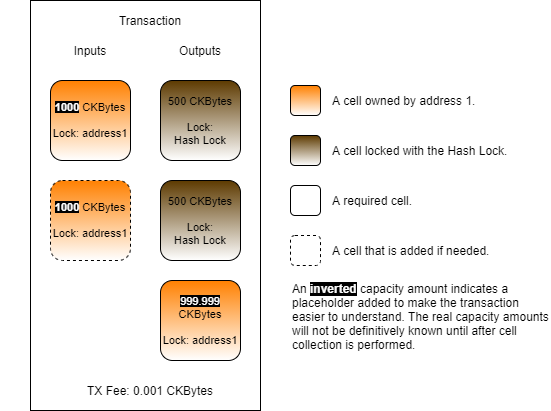
Earlier version of the draw.io export .gitbook/assets/create-transaction-structure (1).png (jordanmack/developer-training-course-documentation). Source tidied: cells renumbered, new cells last; positions are measured from the earlier drawing's top-left corner, leaving out a move shared by most shapes.
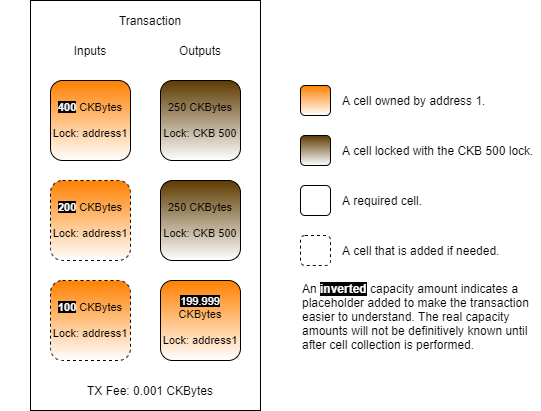
Later version of the same file.

Diff of the diagram source:
```diff
@@ -3,61 +3,64 @@
     <mxCell id="0" />
     <mxCell id="1" parent="0" />
     <mxCell id="2" style="rounded=0;whiteSpace=wrap;html=1;" parent="1" vertex="1">
-      <mxGeometry x="30" width="230" height="410" as="geometry" />
+      <mxGeometry x="140" width="230" height="410" as="geometry" />
     </mxCell>
     <mxCell id="3" value="Transaction" style="text;html=1;strokeColor=none;fillColor=none;align=center;verticalAlign=middle;whiteSpace=wrap;rounded=0;" parent="1" vertex="1">
-      <mxGeometry y="10" width="300" height="20" as="geometry" />
+      <mxGeometry x="110" y="10" width="300" height="20" as="geometry" />
     </mxCell>
     <mxCell id="4" value="Inputs" style="text;html=1;strokeColor=none;fillColor=none;align=center;verticalAlign=middle;whiteSpace=wrap;rounded=0;" parent="1" vertex="1">
-      <mxGeometry x="55" y="40" width="70" height="20" as="geometry" />
+      <mxGeometry x="165" y="40" width="70" height="20" as="geometry" />
     </mxCell>
     <mxCell id="5" value="Outputs" style="text;html=1;strokeColor=none;fillColor=none;align=center;verticalAlign=middle;whiteSpace=wrap;rounded=0;" parent="1" vertex="1">
-      <mxGeometry x="165" y="40" width="70" height="20" as="geometry" />
+      <mxGeometry x="275" y="40" width="70" height="20" as="geometry" />
     </mxCell>
     <mxCell id="6" value="TX Fee: 0.001 CKBytes" style="text;html=1;strokeColor=none;fillColor=none;align=center;verticalAlign=middle;whiteSpace=wrap;rounded=0;" parent="1" vertex="1">
-      <mxGeometry x="50" y="380" width="200" height="20" as="geometry" />
+      <mxGeometry x="160" y="380" width="200" height="20" as="geometry" />
     </mxCell>
-    <mxCell id="7" value="500 CKBytes&lt;br&gt;&lt;br&gt;Lock:&lt;br&gt;Hash Lock" style="rounded=1;whiteSpace=wrap;html=1;fontSize=11;gradientColor=#ffffff;fillColor=#5D3A00;" parent="1" vertex="1">
-      <mxGeometry x="160" y="80" width="80" height="80" as="geometry" />
+    <mxCell id="7" value="250 CKBytes&lt;br&gt;&lt;br&gt;Lock: CKB 500" style="rounded=1;whiteSpace=wrap;html=1;fontSize=11;gradientColor=#ffffff;fillColor=#5D3A00;" parent="1" vertex="1">
+      <mxGeometry x="270" y="80" width="80" height="80" as="geometry" />
     </mxCell>
-    <mxCell id="8" value="&lt;b&gt;&lt;font style=&quot;background-color: rgb(0 , 0 , 0)&quot; color=&quot;#ffffff&quot;&gt;1000&lt;/font&gt;&lt;/b&gt;&amp;nbsp;CKBytes&lt;br&gt;&lt;br&gt;Lock: address1" style="rounded=1;whiteSpace=wrap;html=1;fontSize=11;gradientColor=#ffffff;fillColor=#FF8000;" parent="1" vertex="1">
-      <mxGeometry x="50" y="80" width="80" height="80" as="geometry" />
+    <mxCell id="8" value="&lt;b&gt;&lt;font style=&quot;background-color: rgb(0 , 0 , 0)&quot; color=&quot;#ffffff&quot;&gt;400&lt;/font&gt;&lt;/b&gt;&amp;nbsp;CKBytes&lt;br&gt;&lt;br&gt;Lock: address1" style="rounded=1;whiteSpace=wrap;html=1;fontSize=11;gradientColor=#ffffff;fillColor=#FF8000;" parent="1" vertex="1">
+      <mxGeometry x="160" y="80" width="80" height="80" as="geometry" />
     </mxCell>
+    <mxCell id="21" value="250 CKBytes&lt;br&gt;&lt;br&gt;Lock: CKB 500" style="rounded=1;whiteSpace=wrap;html=1;fontSize=11;gradientColor=#ffffff;fillColor=#5D3A00;" parent="1" vertex="1">
+      <mxGeometry x="270" y="180" width="80" height="80" as="geometry" />
+    </mxCell>
-    <mxCell id="9" value="&lt;font color=&quot;#ffffff&quot; style=&quot;background-color: rgb(0 , 0 , 0)&quot;&gt;999.999&lt;/font&gt; CKBytes&lt;br&gt;&lt;br&gt;Lock: address1" style="rounded=1;whiteSpace=wrap;html=1;fontSize=11;gradientColor=#ffffff;fillColor=#FF8000;" parent="1" vertex="1">
-      <mxGeometry x="160" y="280" width="80" height="80" as="geometry" />
+    <mxCell id="9" value="&lt;font color=&quot;#ffffff&quot; style=&quot;background-color: rgb(0 , 0 , 0)&quot;&gt;199.999&lt;/font&gt; CKBytes&lt;br&gt;&lt;br&gt;Lock: address1" style="rounded=1;whiteSpace=wrap;html=1;fontSize=11;gradientColor=#ffffff;fillColor=#FF8000;" parent="1" vertex="1">
+      <mxGeometry x="270" y="280" width="80" height="80" as="geometry" />
     </mxCell>
     <mxCell id="10" style="rounded=1;whiteSpace=wrap;html=1;gradientColor=#ffffff;fillColor=#5D3A00;" parent="1" vertex="1">
-      <mxGeometry x="290" y="135" width="30" height="30" as="geometry" />
+      <mxGeometry x="410" y="135" width="30" height="30" as="geometry" />
     </mxCell>
     <mxCell id="11" style="rounded=1;whiteSpace=wrap;html=1;gradientColor=#ffffff;fillColor=#FF8000;" parent="1" vertex="1">
-      <mxGeometry x="290" y="85" width="30" height="30" as="geometry" />
+      <mxGeometry x="410" y="85" width="30" height="30" as="geometry" />
     </mxCell>
     <mxCell id="12" style="rounded=1;whiteSpace=wrap;html=1;gradientColor=#ffffff;fillColor=none;" parent="1" vertex="1">
-      <mxGeometry x="290" y="185" width="30" height="30" as="geometry" />
+      <mxGeometry x="410" y="185" width="30" height="30" as="geometry" />
     </mxCell>
     <mxCell id="13" style="rounded=1;whiteSpace=wrap;html=1;gradientColor=#ffffff;fillColor=none;dashed=1;" parent="1" vertex="1">
-      <mxGeometry x="290" y="235" width="30" height="30" as="geometry" />
+      <mxGeometry x="410" y="235" width="30" height="30" as="geometry" />
     </mxCell>
     <mxCell id="14" value="A cell owned by address 1." style="text;html=1;strokeColor=none;fillColor=none;align=left;verticalAlign=middle;whiteSpace=wrap;rounded=0;dashed=1;" parent="1" vertex="1">
-      <mxGeometry x="330" y="90" width="220" height="20" as="geometry" />
+      <mxGeometry x="450" y="90" width="200" height="20" as="geometry" />
     </mxCell>
-    <mxCell id="15" value="A cell locked with the Hash Lock." style="text;html=1;strokeColor=none;fillColor=none;align=left;verticalAlign=middle;whiteSpace=wrap;rounded=0;dashed=1;" parent="1" vertex="1">
-      <mxGeometry x="330" y="140" width="220" height="20" as="geometry" />
+    <mxCell id="15" value="A cell locked with the CKB 500 lock." style="text;html=1;strokeColor=none;fillColor=none;align=left;verticalAlign=middle;whiteSpace=wrap;rounded=0;dashed=1;" parent="1" vertex="1">
+      <mxGeometry x="450" y="140" width="200" height="20" as="geometry" />
     </mxCell>
     <mxCell id="16" value="A required cell." style="text;html=1;strokeColor=none;fillColor=none;align=left;verticalAlign=middle;whiteSpace=wrap;rounded=0;dashed=1;" parent="1" vertex="1">
-      <mxGeometry x="330" y="190" width="220" height="20" as="geometry" />
+      <mxGeometry x="450" y="190" width="200" height="20" as="geometry" />
     </mxCell>
     <mxCell id="17" value="A cell that is added if needed." style="text;html=1;strokeColor=none;fillColor=none;align=left;verticalAlign=middle;whiteSpace=wrap;rounded=0;dashed=1;" parent="1" vertex="1">
-      <mxGeometry x="330" y="240" width="220" height="20" as="geometry" />
+      <mxGeometry x="450" y="240" width="200" height="20" as="geometry" />
     </mxCell>
     <mxCell id="18" value="An&amp;nbsp;&lt;b&gt;&lt;font color=&quot;#ffffff&quot; style=&quot;background-color: rgb(0 , 0 , 0)&quot;&gt;inverted&lt;/font&gt;&lt;font color=&quot;#7f00ff&quot;&gt;&amp;nbsp;&lt;/font&gt;&lt;/b&gt;capacity amount indicates a placeholder added to make the transaction easier to understand. The real capacity amounts will not be definitively known until after cell collection is performed." style="text;html=1;strokeColor=none;fillColor=none;align=left;verticalAlign=top;whiteSpace=wrap;rounded=0;dashed=1;" parent="1" vertex="1">
-      <mxGeometry x="290" y="275" width="260" height="80" as="geometry" />
+      <mxGeometry x="410" y="275" width="240" height="80" as="geometry" />
     </mxCell>
-    <mxCell id="19" value="&lt;b&gt;&lt;font style=&quot;background-color: rgb(0 , 0 , 0)&quot; color=&quot;#ffffff&quot;&gt;1000&lt;/font&gt;&lt;/b&gt;&amp;nbsp;CKBytes&lt;br&gt;&lt;br&gt;Lock: address1" style="rounded=1;whiteSpace=wrap;html=1;fontSize=11;gradientColor=#ffffff;fillColor=#FF8000;dashed=1;" parent="1" vertex="1">
-      <mxGeometry x="50" y="180" width="80" height="80" as="geometry" />
+    <mxCell id="19" value="&lt;b&gt;&lt;font style=&quot;background-color: rgb(0 , 0 , 0)&quot; color=&quot;#ffffff&quot;&gt;200&lt;/font&gt;&lt;/b&gt;&amp;nbsp;CKBytes&lt;br&gt;&lt;br&gt;Lock: address1" style="rounded=1;whiteSpace=wrap;html=1;fontSize=11;gradientColor=#ffffff;fillColor=#FF8000;dashed=1;" parent="1" vertex="1">
+      <mxGeometry x="160" y="180" width="80" height="80" as="geometry" />
     </mxCell>
-    <mxCell id="20" value="500 CKBytes&lt;br&gt;&lt;br&gt;Lock:&lt;br&gt;Hash Lock" style="rounded=1;whiteSpace=wrap;html=1;fontSize=11;gradientColor=#ffffff;fillColor=#5D3A00;" parent="1" vertex="1">
-      <mxGeometry x="160" y="180" width="80" height="80" as="geometry" />
-    </mxCell>
+    <mxCell id="22" value="&lt;b&gt;&lt;font style=&quot;background-color: rgb(0 , 0 , 0)&quot; color=&quot;#ffffff&quot;&gt;100&lt;/font&gt;&lt;/b&gt;&amp;nbsp;CKBytes&lt;br&gt;&lt;br&gt;Lock: address1" style="rounded=1;whiteSpace=wrap;html=1;fontSize=11;gradientColor=#ffffff;fillColor=#FF8000;dashed=1;" parent="1" vertex="1">
+      <mxGeometry x="160" y="280" width="80" height="80" as="geometry" />
+    </mxCell>
   </root>
 </mxGraphModel>
```
